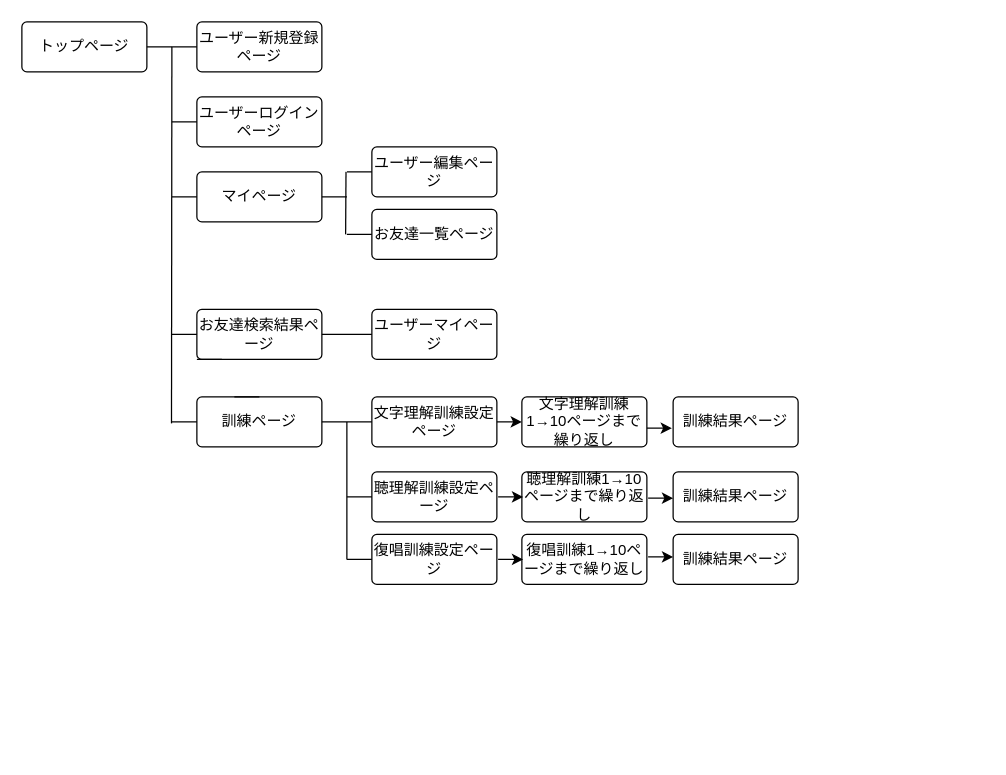
Earlier version of the draw.io diagram page_transition.dio (daicheez/kotopark). Source tidied: cells renumbered, new cells numbered last; positions are measured from the earlier drawing's top-left corner, leaving out a move shared by most shapes. Both pictures are drawn from the tidied source at 125%, with x=0, y=0 at pixel (21, 21).
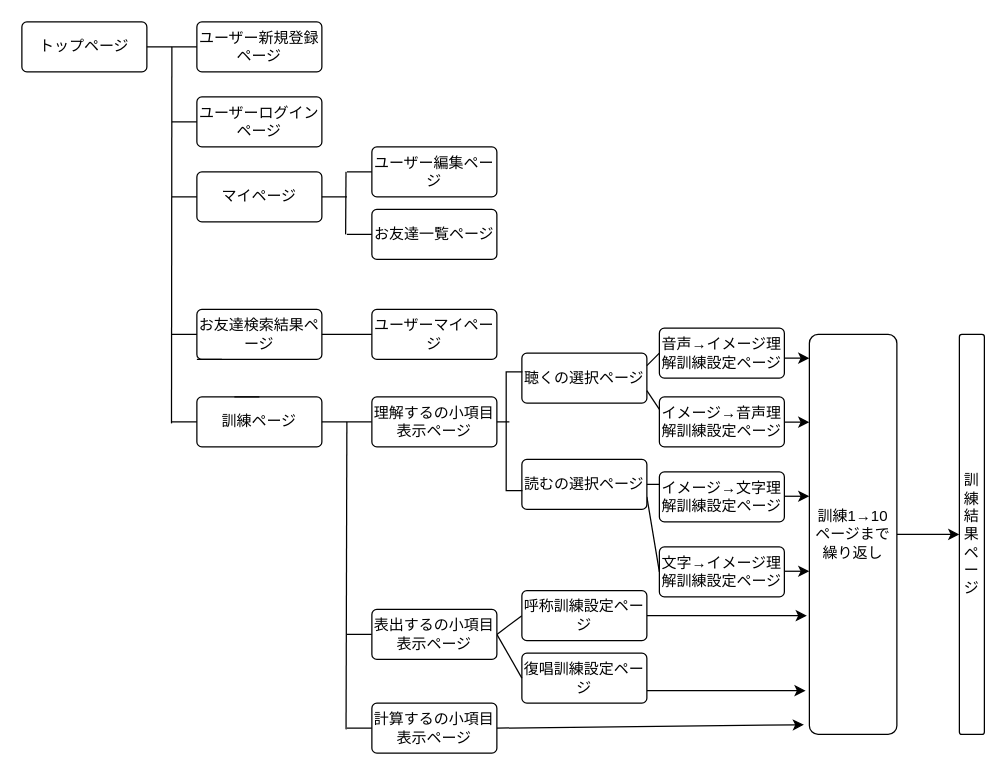
Above is the later version.

Commit message (it also covers changes not shown here):
ER、画面遷移図、readmeの修正

Change to the diagram source:
```diff
@@
+    <mxCell id="43" style="edgeStyle=none;html=1;exitX=0;exitY=0.5;exitDx=0;exitDy=0;entryX=1;entryY=0.75;entryDx=0;entryDy=0;endArrow=none;endFill=0;" parent="1" edge="1" source="6" target="32">
+      <mxGeometry relative="1" as="geometry" />
+    </mxCell>
-    <mxCell id="6" value="文字理解訓練設定ページ" style="rounded=1;arcSize=10;whiteSpace=wrap;html=1;align=center;" parent="1" vertex="1">
-      <mxGeometry x="280" y="300" width="100" height="40" as="geometry" />
+    <mxCell id="6" value="文字→イメージ理解訓練設定ページ" style="rounded=1;arcSize=10;whiteSpace=wrap;html=1;align=center;" parent="1" vertex="1">
+      <mxGeometry x="510" y="420" width="100" height="40" as="geometry" />
     </mxCell>
@@
+    <mxCell id="44" style="edgeStyle=none;html=1;exitX=1;exitY=0.75;exitDx=0;exitDy=0;startArrow=none;startFill=0;endArrow=classic;endFill=1;" parent="1" edge="1" source="10">
+      <mxGeometry relative="1" as="geometry">
+        <mxPoint x="627" y="535" as="targetPoint" />
+      </mxGeometry>
+    </mxCell>
     <mxCell id="10" value="復唱訓練設定ページ" style="rounded=1;arcSize=10;whiteSpace=wrap;html=1;align=center;" parent="1" vertex="1">
-      <mxGeometry x="280" y="410" width="100" height="40" as="geometry" />
+      <mxGeometry x="400" y="505" width="100" height="40" as="geometry" />
     </mxCell>
@@
-    <mxCell id="13" value="聴理解訓練設定ページ" style="rounded=1;arcSize=10;whiteSpace=wrap;html=1;align=center;" parent="1" vertex="1">
-      <mxGeometry x="280" y="360" width="100" height="40" as="geometry" />
-    </mxCell>
@@
     <mxCell id="26" style="line;strokeWidth=1;dashed=0;labelPosition=right;align=left;verticalAlign=middle;spacingTop=0;spacingLeft=6;points=[];portConstraint=eastwest;" parent="1" vertex="1">
-      <mxGeometry x="260" y="425" width="20" height="10" as="geometry" />
+      <mxGeometry x="260" y="560" width="20" height="10" as="geometry" />
     </mxCell>
     <mxCell id="27" style="line;strokeWidth=1;dashed=0;labelPosition=right;align=left;verticalAlign=middle;spacingTop=0;spacingLeft=6;" parent="1" vertex="1">
-      <mxGeometry x="260" y="375" width="20" height="10" as="geometry" />
+      <mxGeometry x="260" y="485" width="20" height="10" as="geometry" />
     </mxCell>
@@
-    <mxCell id="30" style="endArrow=none;html=1;" parent="1" edge="1">
+    <mxCell id="30" style="endArrow=none;html=1;exitX=-0.033;exitY=0.6;exitDx=0;exitDy=0;exitPerimeter=0;" parent="1" edge="1" source="26">
       <mxGeometry relative="1" as="geometry">
-        <mxPoint x="260" y="430" as="sourcePoint" />
         <mxPoint x="260" y="320" as="targetPoint" />
       </mxGeometry>
     </mxCell>
+    <mxCell id="45" style="edgeStyle=none;html=1;exitX=0;exitY=0.5;exitDx=0;exitDy=0;entryX=1;entryY=0.5;entryDx=0;entryDy=0;endArrow=none;endFill=0;startArrow=classic;startFill=1;" parent="1" edge="1" source="31" target="61">
+      <mxGeometry relative="1" as="geometry" />
+    </mxCell>
     <mxCell id="31" value="訓練結果ページ" style="rounded=1;arcSize=10;whiteSpace=wrap;html=1;align=center;" parent="1" vertex="1">
-      <mxGeometry x="521" y="300" width="100" height="40" as="geometry" />
+      <mxGeometry x="750" y="250" width="20" height="320" as="geometry" />
     </mxCell>
-    <mxCell id="32" value="訓練結果ページ" style="rounded=1;arcSize=10;whiteSpace=wrap;html=1;align=center;" parent="1" vertex="1">
-      <mxGeometry x="521" y="360" width="100" height="40" as="geometry" />
+    <mxCell id="32" value="読むの選択ページ" style="rounded=1;arcSize=10;whiteSpace=wrap;html=1;align=center;" parent="1" vertex="1">
+      <mxGeometry x="400" y="350" width="100" height="40" as="geometry" />
     </mxCell>
-    <mxCell id="33" value="聴理解訓練1→10ページまで繰り返し" style="rounded=1;arcSize=10;whiteSpace=wrap;html=1;align=center;" parent="1" vertex="1">
-      <mxGeometry x="400" y="360" width="100" height="40" as="geometry" />
-    </mxCell>
-    <mxCell id="34" value="訓練結果ページ" style="rounded=1;arcSize=10;whiteSpace=wrap;html=1;align=center;" parent="1" vertex="1">
-      <mxGeometry x="521" y="410" width="100" height="40" as="geometry" />
+    <mxCell id="34" value="聴くの選択ページ" style="rounded=1;arcSize=10;whiteSpace=wrap;html=1;align=center;" parent="1" vertex="1">
+      <mxGeometry x="400" y="265" width="100" height="40" as="geometry" />
     </mxCell>
-    <mxCell id="35" value="復唱訓練1→10ページまで繰り返し" style="rounded=1;arcSize=10;whiteSpace=wrap;html=1;align=center;" parent="1" vertex="1">
-      <mxGeometry x="400" y="410" width="100" height="40" as="geometry" />
-    </mxCell>
-    <mxCell id="36" value="文字理解訓練1→10ページまで繰り返し" style="rounded=1;arcSize=10;whiteSpace=wrap;html=1;align=center;" parent="1" vertex="1">
-      <mxGeometry x="400" y="300" width="100" height="40" as="geometry" />
-    </mxCell>
-    <mxCell id="37" style="endArrow=classic;html=1;" parent="1" edge="1">
-      <mxGeometry relative="1" as="geometry">
-        <mxPoint x="380" y="320" as="sourcePoint" />
-        <mxPoint x="400" y="320" as="targetPoint" />
-      </mxGeometry>
-    </mxCell>
-    <mxCell id="38" style="endArrow=classic;html=1;" parent="1" edge="1">
-      <mxGeometry relative="1" as="geometry">
-        <mxPoint x="381" y="380" as="sourcePoint" />
-        <mxPoint x="401" y="380" as="targetPoint" />
-      </mxGeometry>
-    </mxCell>
-    <mxCell id="39" style="endArrow=classic;html=1;" parent="1" edge="1">
-      <mxGeometry relative="1" as="geometry">
-        <mxPoint x="381" y="430" as="sourcePoint" />
-        <mxPoint x="401" y="430" as="targetPoint" />
-      </mxGeometry>
-    </mxCell>
     <mxCell id="40" style="endArrow=classic;html=1;" parent="1" edge="1">
       <mxGeometry relative="1" as="geometry">
-        <mxPoint x="500" y="325" as="sourcePoint" />
-        <mxPoint x="520" y="325" as="targetPoint" />
+        <mxPoint x="610" y="379.5" as="sourcePoint" />
+        <mxPoint x="630" y="379.5" as="targetPoint" />
       </mxGeometry>
     </mxCell>
     <mxCell id="41" style="endArrow=classic;html=1;" parent="1" edge="1">
       <mxGeometry relative="1" as="geometry">
-        <mxPoint x="501" y="381" as="sourcePoint" />
-        <mxPoint x="521" y="381" as="targetPoint" />
+        <mxPoint x="610" y="439.5" as="sourcePoint" />
+        <mxPoint x="630" y="439.5" as="targetPoint" />
       </mxGeometry>
     </mxCell>
     <mxCell id="42" style="endArrow=classic;html=1;" parent="1" edge="1">
       <mxGeometry relative="1" as="geometry">
-        <mxPoint x="501" y="428" as="sourcePoint" />
-        <mxPoint x="521" y="428" as="targetPoint" />
+        <mxPoint x="610" y="320.2" as="sourcePoint" />
+        <mxPoint x="630" y="320.2" as="targetPoint" />
       </mxGeometry>
     </mxCell>
+    <mxCell id="46" style="edgeStyle=none;html=1;exitX=0;exitY=0.5;exitDx=0;exitDy=0;entryX=1;entryY=0.25;entryDx=0;entryDy=0;endArrow=none;endFill=0;" parent="1" edge="1" source="47" target="34">
+      <mxGeometry relative="1" as="geometry" />
+    </mxCell>
+    <mxCell id="47" value="音声→イメージ理解訓練設定ページ" style="rounded=1;arcSize=10;whiteSpace=wrap;html=1;align=center;" parent="1" vertex="1">
+      <mxGeometry x="510" y="245" width="100" height="40" as="geometry" />
+    </mxCell>
+    <mxCell id="48" style="edgeStyle=none;html=1;exitX=0;exitY=0.25;exitDx=0;exitDy=0;entryX=1;entryY=0.5;entryDx=0;entryDy=0;endArrow=none;endFill=0;" parent="1" edge="1" source="49" target="32">
+      <mxGeometry relative="1" as="geometry" />
+    </mxCell>
+    <mxCell id="49" value="イメージ→文字理解訓練設定ページ" style="rounded=1;arcSize=10;whiteSpace=wrap;html=1;align=center;" parent="1" vertex="1">
+      <mxGeometry x="510" y="360" width="100" height="40" as="geometry" />
+    </mxCell>
+    <mxCell id="50" value="理解するの小項目表示ページ" style="rounded=1;arcSize=10;whiteSpace=wrap;html=1;align=center;" parent="1" vertex="1">
+      <mxGeometry x="280" y="300" width="100" height="40" as="geometry" />
+    </mxCell>
+    <mxCell id="51" style="edgeStyle=none;html=1;exitX=1;exitY=0.5;exitDx=0;exitDy=0;entryX=0;entryY=0.5;entryDx=0;entryDy=0;endArrow=none;endFill=0;" parent="1" edge="1" source="53" target="10">
+      <mxGeometry relative="1" as="geometry" />
+    </mxCell>
+    <mxCell id="52" style="edgeStyle=none;html=1;exitX=1;exitY=0.5;exitDx=0;exitDy=0;entryX=0;entryY=0.5;entryDx=0;entryDy=0;startArrow=none;startFill=0;endArrow=none;endFill=0;" parent="1" edge="1" source="53" target="63">
+      <mxGeometry relative="1" as="geometry" />
+    </mxCell>
+    <mxCell id="53" value="表出するの小項目表示ページ" style="rounded=1;arcSize=10;whiteSpace=wrap;html=1;align=center;" parent="1" vertex="1">
+      <mxGeometry x="280" y="470" width="100" height="40" as="geometry" />
+    </mxCell>
+    <mxCell id="54" style="edgeStyle=none;html=1;exitX=1;exitY=0.5;exitDx=0;exitDy=0;entryX=-0.062;entryY=0.976;entryDx=0;entryDy=0;entryPerimeter=0;startArrow=none;startFill=0;endArrow=classic;endFill=1;" parent="1" edge="1" source="55" target="61">
+      <mxGeometry relative="1" as="geometry" />
+    </mxCell>
+    <mxCell id="55" value="計算するの小項目表示ページ" style="rounded=1;arcSize=10;whiteSpace=wrap;html=1;align=center;" parent="1" vertex="1">
+      <mxGeometry x="280" y="545" width="100" height="40" as="geometry" />
+    </mxCell>
+    <mxCell id="56" style="shape=partialRectangle;whiteSpace=wrap;html=1;bottom=1;right=1;left=1;top=0;fillColor=none;routingCenterX=-0.5;rotation=90;" parent="1" vertex="1">
+      <mxGeometry x="346.2" y="321.2" width="95" height="12.5" as="geometry" />
+    </mxCell>
+    <mxCell id="57" style="endArrow=none;html=1;exitX=1;exitY=0.5;exitDx=0;exitDy=0;" parent="1" edge="1" source="50">
+      <mxGeometry relative="1" as="geometry">
+        <mxPoint x="390" y="320" as="targetPoint" />
+      </mxGeometry>
+    </mxCell>
+    <mxCell id="58" style="edgeStyle=none;html=1;exitX=0;exitY=0.25;exitDx=0;exitDy=0;entryX=1;entryY=0.75;entryDx=0;entryDy=0;endArrow=none;endFill=0;" parent="1" edge="1" source="59" target="34">
+      <mxGeometry relative="1" as="geometry" />
+    </mxCell>
+    <mxCell id="59" value="イメージ→音声理解訓練設定ページ" style="rounded=1;arcSize=10;whiteSpace=wrap;html=1;align=center;" parent="1" vertex="1">
+      <mxGeometry x="510" y="300" width="100" height="40" as="geometry" />
+    </mxCell>
+    <mxCell id="60" style="endArrow=classic;html=1;" parent="1" edge="1">
+      <mxGeometry relative="1" as="geometry">
+        <mxPoint x="610" y="269" as="sourcePoint" />
+        <mxPoint x="630" y="269" as="targetPoint" />
+      </mxGeometry>
+    </mxCell>
+    <mxCell id="61" value="訓練1→10ページまで繰り返し" style="rounded=1;arcSize=10;whiteSpace=wrap;html=1;align=center;" parent="1" vertex="1">
+      <mxGeometry x="630" y="250" width="70" height="320" as="geometry" />
+    </mxCell>
+    <mxCell id="62" style="edgeStyle=none;html=1;exitX=1;exitY=0.5;exitDx=0;exitDy=0;startArrow=none;startFill=0;endArrow=classic;endFill=1;" parent="1" edge="1" source="63">
+      <mxGeometry relative="1" as="geometry">
+        <mxPoint x="628" y="475" as="targetPoint" />
+      </mxGeometry>
+    </mxCell>
+    <mxCell id="63" value="呼称訓練設定ページ" style="rounded=1;arcSize=10;whiteSpace=wrap;html=1;align=center;" parent="1" vertex="1">
+      <mxGeometry x="400" y="455" width="100" height="40" as="geometry" />
+    </mxCell>
```
